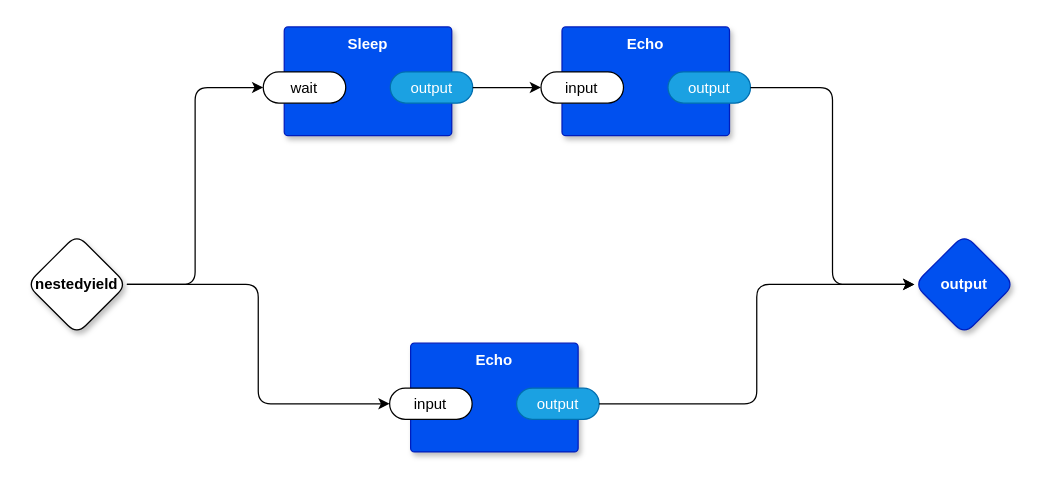
The draw.io diagram page "nyield" (2 of 2) of example.drawio in guitarvydas/odin0d, before the edit. Source tidied: cells renumbered, new cells numbered last; positions are measured from the earlier drawing's top-left corner, leaving out a move shared by most shapes. Both pictures are drawn from the tidied source at 125%, with x=0, y=0 at pixel (26, 26).
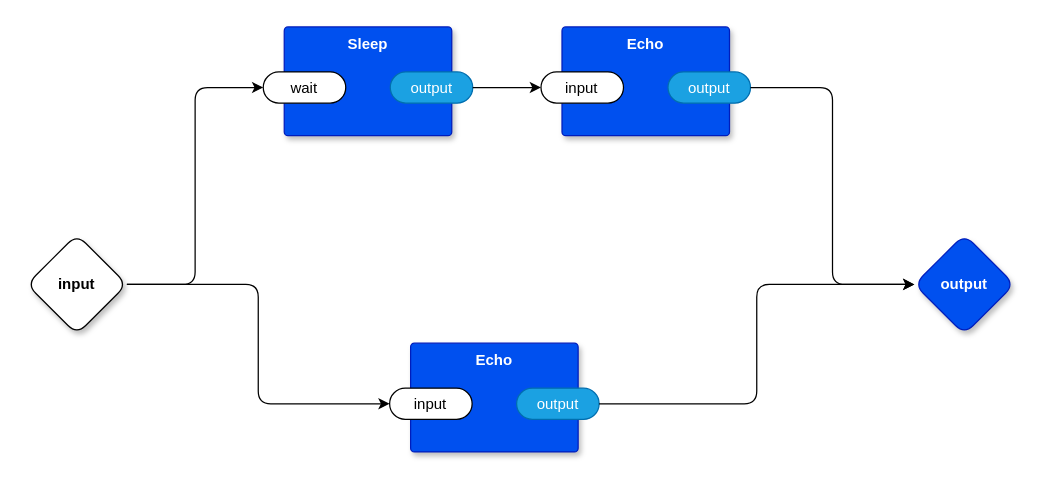
Above is the later version.

Commit message (it also covers changes not shown here):
nested yield working

Change to the diagram source:
```diff
@@
 <mxGraphModel>
   <root>
     <mxCell id="0" />
     <mxCell id="1" parent="0" />
     <mxCell id="2" style="edgeStyle=orthogonalEdgeStyle;rounded=1;jettySize=auto;html=1;exitX=1;exitY=0.5;exitDx=0;exitDy=0;exitPerimeter=0;entryX=0;entryY=0.5;entryDx=0;entryDy=0;entryPerimeter=0;" parent="1" edge="1" source="4" target="7">
       <mxGeometry relative="1" as="geometry" />
     </mxCell>
     <mxCell id="3" style="edgeStyle=orthogonalEdgeStyle;rounded=1;jettySize=auto;html=1;exitX=1;exitY=0.5;exitDx=0;exitDy=0;exitPerimeter=0;entryX=0;entryY=0.5;entryDx=0;entryDy=0;entryPerimeter=0;" parent="1" edge="1" source="4" target="13">
       <mxGeometry relative="1" as="geometry" />
     </mxCell>
-    <mxCell id="4" value="nestedyield" style="rhombus;whiteSpace=wrap;html=1;rounded=1;fontStyle=1;glass=0;sketch=0;fontSize=12;points=[[0,0.5,0,0,0],[0.5,0,0,0,0],[0.5,1,0,0,0],[1,0.5,0,0,0]];shadow=1;" parent="1" vertex="1">
+    <mxCell id="4" value="input" style="rhombus;whiteSpace=wrap;html=1;rounded=1;fontStyle=1;glass=0;sketch=0;fontSize=12;points=[[0,0.5,0,0,0],[0.5,0,0,0,0],[0.5,1,0,0,0],[1,0.5,0,0,0]];shadow=1;" parent="1" vertex="1">
       <mxGeometry y="166" width="80" height="80" as="geometry" />
     </mxCell>
     <mxCell id="5" value="output" style="rhombus;whiteSpace=wrap;html=1;rounded=1;fillColor=#0050ef;fontColor=#ffffff;strokeColor=#001DBC;fontStyle=1;glass=0;sketch=0;fontSize=12;points=[[0,0.5,0,0,0],[0.5,0,0,0,0],[0.5,1,0,0,0],[1,0.5,0,0,0]];shadow=1;" parent="1" vertex="1">
       <mxGeometry x="710" y="166" width="80" height="80" as="geometry" />
     </mxCell>
     <mxCell id="6" value="Sleep" style="rounded=1;whiteSpace=wrap;html=1;sketch=0;verticalAlign=top;arcSize=6;fontStyle=1;absoluteArcSize=1;shadow=1;strokeColor=#001DBC;fillColor=#0050ef;fontColor=#ffffff;" parent="1" vertex="1">
       <mxGeometry x="205.9" width="134" height="87" as="geometry" />
     </mxCell>
     <mxCell id="7" value="wait" style="rounded=1;whiteSpace=wrap;html=1;sketch=0;points=[[0,0.5,0,0,0],[1,0.5,0,0,0]];arcSize=50;" parent="6" vertex="1">
       <mxGeometry x="-16.8" y="36" width="66" height="25" as="geometry" />
     </mxCell>
     <mxCell id="8" value="output" style="rounded=1;whiteSpace=wrap;html=1;sketch=0;points=[[0,0.5,0,0,0],[1,0.5,0,0,0]];fillColor=#1ba1e2;fontColor=#ffffff;strokeColor=#006EAF;arcSize=50;" parent="6" vertex="1">
       <mxGeometry x="84.8" y="36" width="66" height="25" as="geometry" />
     </mxCell>
     <mxCell id="9" value="Echo" style="rounded=1;whiteSpace=wrap;html=1;sketch=0;verticalAlign=top;arcSize=6;fontStyle=1;absoluteArcSize=1;shadow=1;strokeColor=#001DBC;fillColor=#0050ef;fontColor=#ffffff;" parent="1" vertex="1">
       <mxGeometry x="428.1" width="134" height="87" as="geometry" />
     </mxCell>
     <mxCell id="10" value="input" style="rounded=1;whiteSpace=wrap;html=1;sketch=0;points=[[0,0.5,0,0,0],[1,0.5,0,0,0]];arcSize=50;" parent="9" vertex="1">
       <mxGeometry x="-16.8" y="36" width="66" height="25" as="geometry" />
     </mxCell>
     <mxCell id="11" value="output" style="rounded=1;whiteSpace=wrap;html=1;sketch=0;points=[[0,0.5,0,0,0],[1,0.5,0,0,0]];fillColor=#1ba1e2;fontColor=#ffffff;strokeColor=#006EAF;arcSize=50;" parent="9" vertex="1">
       <mxGeometry x="84.8" y="36" width="66" height="25" as="geometry" />
     </mxCell>
     <mxCell id="12" value="Echo" style="rounded=1;whiteSpace=wrap;html=1;sketch=0;verticalAlign=top;arcSize=6;fontStyle=1;absoluteArcSize=1;shadow=1;strokeColor=#001DBC;fillColor=#0050ef;fontColor=#ffffff;" parent="1" vertex="1">
       <mxGeometry x="307" y="253" width="134" height="87" as="geometry" />
     </mxCell>
     <mxCell id="13" value="input" style="rounded=1;whiteSpace=wrap;html=1;sketch=0;points=[[0,0.5,0,0,0],[1,0.5,0,0,0]];arcSize=50;" parent="12" vertex="1">
       <mxGeometry x="-16.8" y="36" width="66" height="25" as="geometry" />
     </mxCell>
     <mxCell id="14" value="output" style="rounded=1;whiteSpace=wrap;html=1;sketch=0;points=[[0,0.5,0,0,0],[1,0.5,0,0,0]];fillColor=#1ba1e2;fontColor=#ffffff;strokeColor=#006EAF;arcSize=50;" parent="12" vertex="1">
       <mxGeometry x="84.8" y="36" width="66" height="25" as="geometry" />
     </mxCell>
     <mxCell id="15" style="edgeStyle=orthogonalEdgeStyle;rounded=1;jettySize=auto;html=1;exitX=1;exitY=0.5;exitDx=0;exitDy=0;exitPerimeter=0;entryX=0;entryY=0.5;entryDx=0;entryDy=0;entryPerimeter=0;" parent="1" edge="1" source="8" target="10">
       <mxGeometry relative="1" as="geometry" />
     </mxCell>
     <mxCell id="16" style="edgeStyle=orthogonalEdgeStyle;rounded=1;jettySize=auto;html=1;exitX=1;exitY=0.5;exitDx=0;exitDy=0;exitPerimeter=0;entryX=0;entryY=0.5;entryDx=0;entryDy=0;entryPerimeter=0;" parent="1" edge="1" source="11" target="5">
       <mxGeometry relative="1" as="geometry" />
     </mxCell>
     <mxCell id="17" style="edgeStyle=orthogonalEdgeStyle;rounded=1;jettySize=auto;html=1;exitX=1;exitY=0.5;exitDx=0;exitDy=0;exitPerimeter=0;entryX=0;entryY=0.5;entryDx=0;entryDy=0;entryPerimeter=0;" parent="1" edge="1" source="14" target="5">
       <mxGeometry relative="1" as="geometry" />
     </mxCell>
   </root>
 </mxGraphModel>
```
